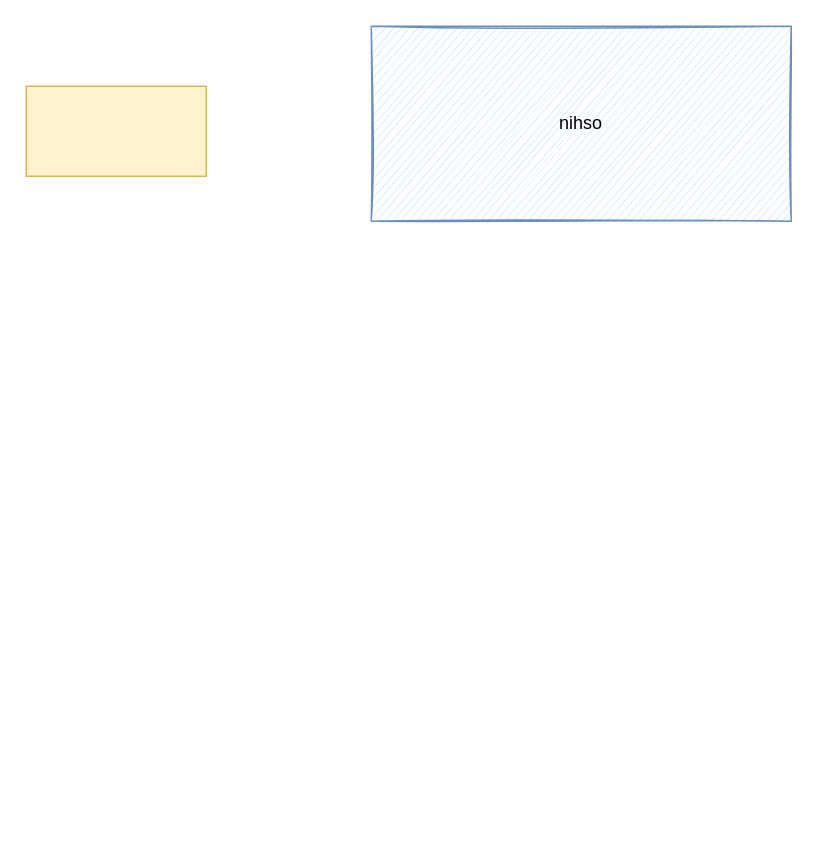
This is 未命名绘图.drawio from YangZhiqiang98/drawio, a draw.io file, before an edit. Source tidied: cells renumbered, new cells numbered last; positions are measured from the earlier drawing's top-left corner, leaving out a move shared by most shapes. Both pictures are drawn from the tidied source at 150%, with x=0, y=0 at pixel (26, 26).
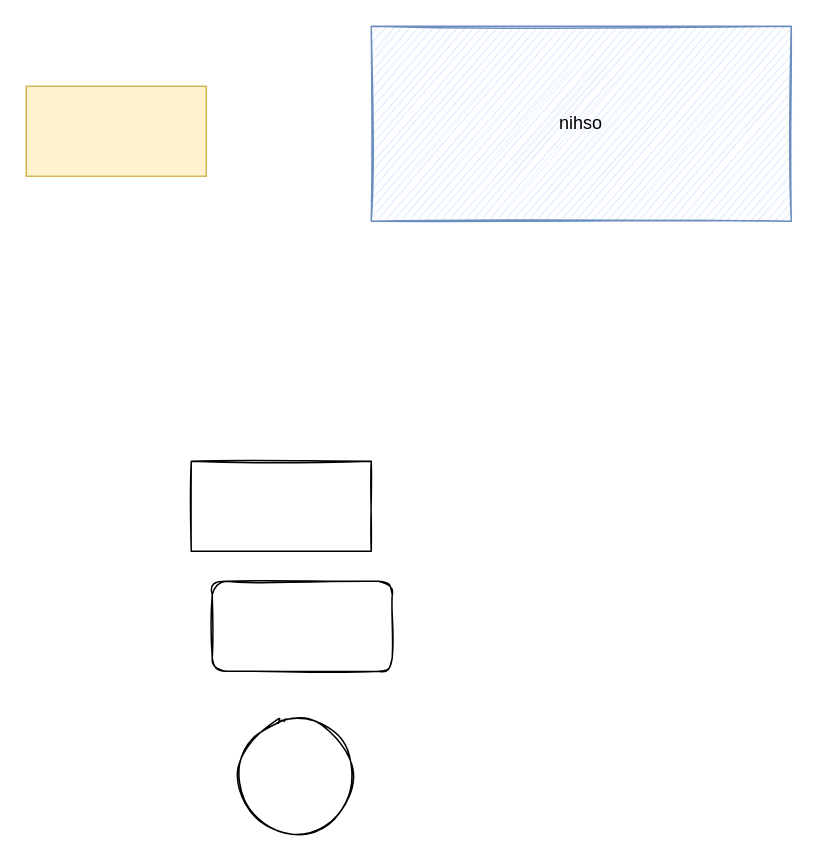
The same diagram, later.

Commit message:
更新未命名绘图.drawio

Diff of the diagram source:
```diff
@@
 <mxGraphModel>
   <root>
     <mxCell id="0" />
     <mxCell id="1" parent="0" />
     <mxCell id="2" style="rounded=0;whiteSpace=wrap;html=1;shadow=0;fillColor=#fff2cc;strokeColor=#d6b656;strokeWidth=1;glass=0;fillStyle=auto;" parent="1" vertex="1">
       <mxGeometry y="40" width="120" height="60" as="geometry" />
     </mxCell>
     <mxCell id="3" value="nihso" style="rounded=0;whiteSpace=wrap;html=1;shadow=0;glass=0;fillStyle=auto;strokeColor=#6c8ebf;strokeWidth=1;sketch=1;fillColor=#dae8fc;" parent="1" vertex="1">
       <mxGeometry x="230" width="280" height="130" as="geometry" />
     </mxCell>
+    <mxCell id="4" style="rounded=0;whiteSpace=wrap;html=1;shadow=0;glass=0;sketch=1;fillStyle=auto;fontFamily=Times New Roman;fontColor=none;strokeColor=default;strokeWidth=1;gradientColor=none;" parent="1" vertex="1">
+      <mxGeometry x="110" y="290" width="120" height="60" as="geometry" />
+    </mxCell>
+    <mxCell id="5" style="ellipse;whiteSpace=wrap;html=1;rounded=0;shadow=0;glass=0;sketch=1;fillStyle=auto;fontFamily=Times New Roman;fontColor=none;strokeColor=default;strokeWidth=1;gradientColor=none;" parent="1" vertex="1">
+      <mxGeometry x="140" y="460" width="80" height="80" as="geometry" />
+    </mxCell>
+    <mxCell id="6" style="rounded=1;whiteSpace=wrap;html=1;shadow=0;glass=0;sketch=1;fillStyle=auto;fontFamily=Times New Roman;fontColor=none;strokeColor=default;strokeWidth=1;gradientColor=none;" parent="1" vertex="1">
+      <mxGeometry x="124" y="370" width="120" height="60" as="geometry" />
+    </mxCell>
   </root>
 </mxGraphModel>
```
